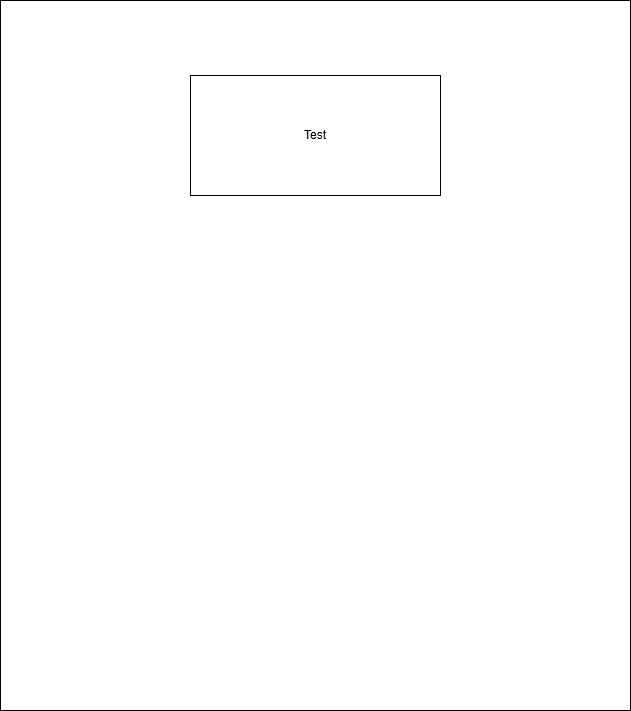
This is 0.1/docs/AppLayout.png from ShuoKuro/PET-Filament-Recycler, a draw.io export, as it was before one commit. Source tidied: cells renumbered, new cells last; positions are measured from the earlier drawing's top-left corner, leaving out a move shared by most shapes.
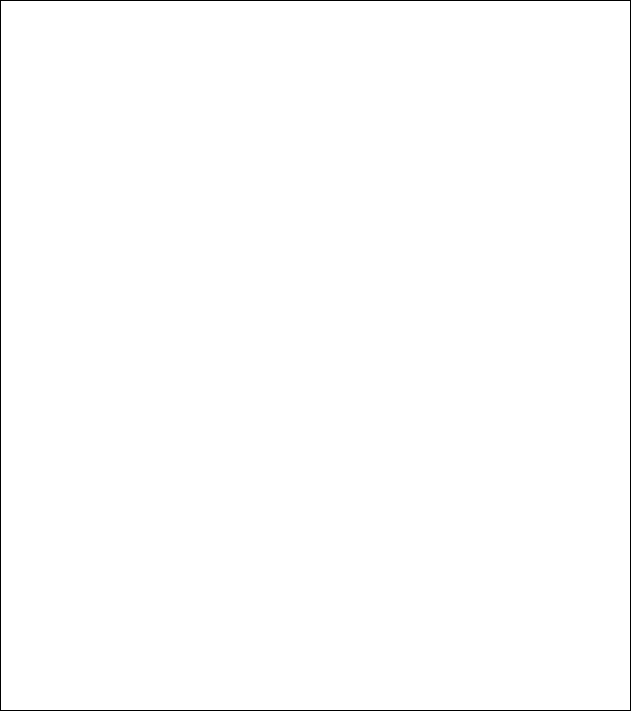
The same diagram one commit later.

Change to the diagram source:
```diff
@@ -5,8 +5,5 @@
     <mxCell id="2" style="rounded=0;whiteSpace=wrap;html=1;" parent="1" vertex="1">
       <mxGeometry width="630" height="710" as="geometry" />
     </mxCell>
-    <mxCell id="3" value="Test" style="text;html=1;whiteSpace=wrap;strokeColor=default;fillColor=none;align=center;verticalAlign=middle;rounded=0;" parent="1" vertex="1">
-      <mxGeometry x="190" y="75" width="250" height="120" as="geometry" />
-    </mxCell>
   </root>
 </mxGraphModel>
```
